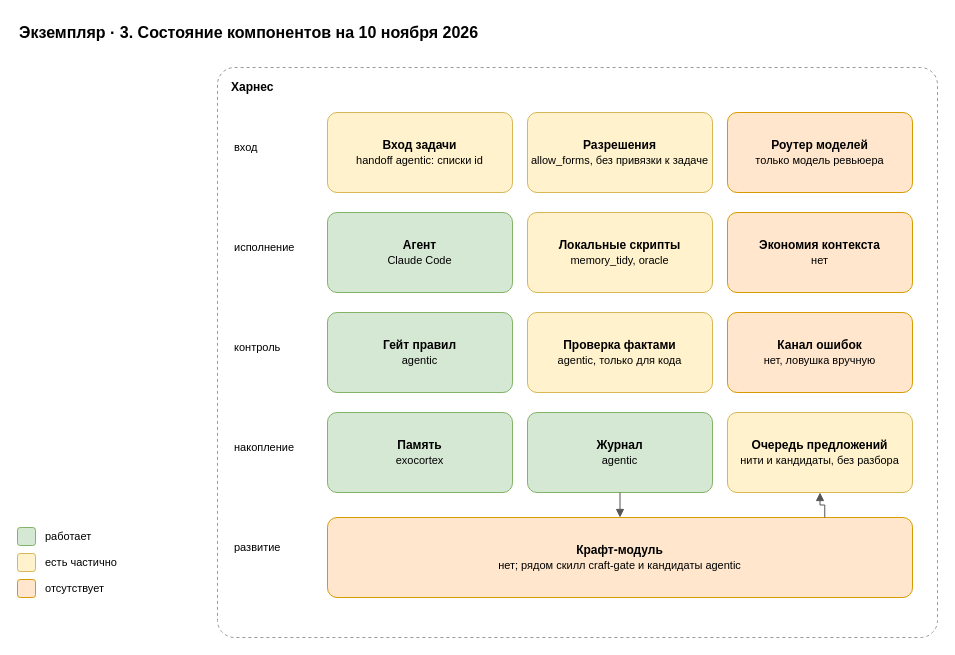
The draw.io diagram page "3. Состояние компонентов" (3 of 7) of docs/spec/harness-instance-capital-operator.drawio in roygkov/reins, before the edit. Source tidied: cells renumbered, new cells numbered last; positions are measured from the earlier drawing's top-left corner, leaving out a move shared by most shapes. Both pictures are drawn from the tidied source at 100%, with x=0, y=0 at pixel (17, 17).
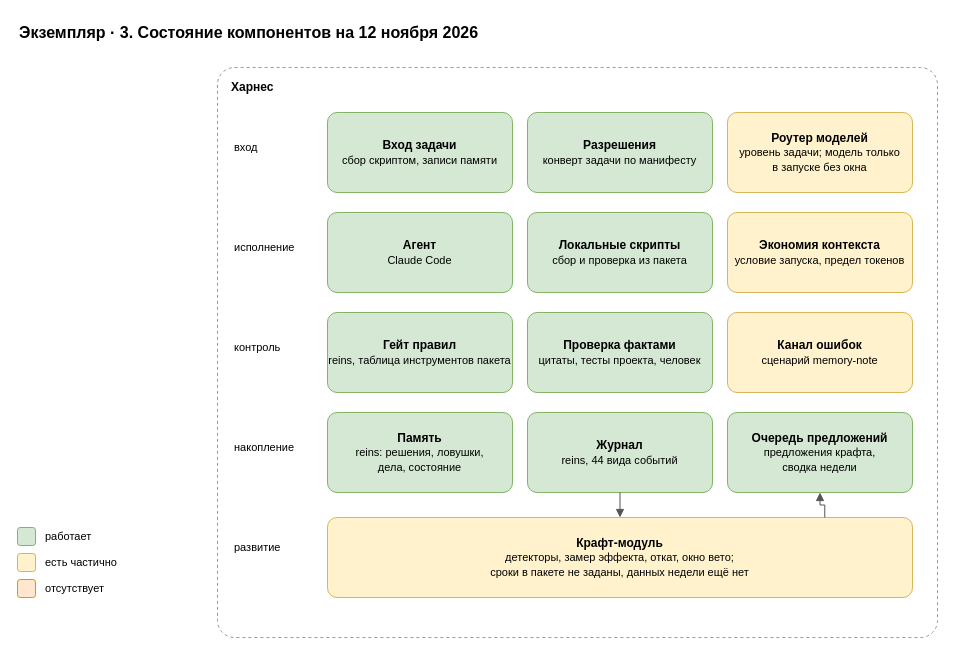
After the change.

Diff of the diagram source:
```diff
@@
-    <mxCell id="2" value="Экземпляр · 3. Состояние компонентов на 10 ноября 2026" style="text;html=1;align=left;verticalAlign=middle;whiteSpace=wrap;fontSize=16;strokeColor=none;fillColor=none;fontStyle=1;" parent="1" vertex="1">
+    <mxCell id="2" value="Экземпляр · 3. Состояние компонентов на 12 ноября 2026" style="text;html=1;align=left;verticalAlign=middle;whiteSpace=wrap;fontSize=16;strokeColor=none;fillColor=none;fontStyle=1;" parent="1" vertex="1">
       <mxGeometry width="800" height="30" as="geometry" />
     </mxCell>
@@
-    <mxCell id="5" value="&lt;b&gt;Вход задачи&lt;/b&gt;&lt;br&gt;&lt;font style=&quot;font-size:11px&quot;&gt;handoff agentic: списки id&lt;/font&gt;" style="rounded=1;whiteSpace=wrap;html=1;fillColor=#fff2cc;strokeColor=#d6b656;arcSize=12;" parent="1" vertex="1">
+    <mxCell id="5" value="&lt;b&gt;Вход задачи&lt;/b&gt;&lt;br&gt;&lt;font style=&quot;font-size:11px&quot;&gt;сбор скриптом, записи памяти&lt;/font&gt;" style="rounded=1;whiteSpace=wrap;html=1;fillColor=#d5e8d4;strokeColor=#82b366;arcSize=12;" parent="1" vertex="1">
       <mxGeometry x="310" y="95" width="185" height="80" as="geometry" />
     </mxCell>
-    <mxCell id="6" value="&lt;b&gt;Разрешения&lt;/b&gt;&lt;br&gt;&lt;font style=&quot;font-size:11px&quot;&gt;allow_forms, без привязки к задаче&lt;/font&gt;" style="rounded=1;whiteSpace=wrap;html=1;fillColor=#fff2cc;strokeColor=#d6b656;arcSize=12;" parent="1" vertex="1">
+    <mxCell id="6" value="&lt;b&gt;Разрешения&lt;/b&gt;&lt;br&gt;&lt;font style=&quot;font-size:11px&quot;&gt;конверт задачи по манифесту&lt;/font&gt;" style="rounded=1;whiteSpace=wrap;html=1;fillColor=#d5e8d4;strokeColor=#82b366;arcSize=12;" parent="1" vertex="1">
       <mxGeometry x="510" y="95" width="185" height="80" as="geometry" />
     </mxCell>
-    <mxCell id="7" value="&lt;b&gt;Роутер моделей&lt;/b&gt;&lt;br&gt;&lt;font style=&quot;font-size:11px&quot;&gt;только модель ревьюера&lt;/font&gt;" style="rounded=1;whiteSpace=wrap;html=1;fillColor=#ffe6cc;strokeColor=#d79b00;arcSize=12;" parent="1" vertex="1">
+    <mxCell id="7" value="&lt;b&gt;Роутер моделей&lt;/b&gt;&lt;br&gt;&lt;font style=&quot;font-size:11px&quot;&gt;уровень задачи; модель только&lt;br&gt;в запуске без окна&lt;/font&gt;" style="rounded=1;whiteSpace=wrap;html=1;fillColor=#fff2cc;strokeColor=#d6b656;arcSize=12;" parent="1" vertex="1">
       <mxGeometry x="710" y="95" width="185" height="80" as="geometry" />
     </mxCell>
@@
-    <mxCell id="10" value="&lt;b&gt;Локальные скрипты&lt;/b&gt;&lt;br&gt;&lt;font style=&quot;font-size:11px&quot;&gt;memory_tidy, oracle&lt;/font&gt;" style="rounded=1;whiteSpace=wrap;html=1;fillColor=#fff2cc;strokeColor=#d6b656;arcSize=12;" parent="1" vertex="1">
+    <mxCell id="10" value="&lt;b&gt;Локальные скрипты&lt;/b&gt;&lt;br&gt;&lt;font style=&quot;font-size:11px&quot;&gt;сбор и проверка из пакета&lt;/font&gt;" style="rounded=1;whiteSpace=wrap;html=1;fillColor=#d5e8d4;strokeColor=#82b366;arcSize=12;" parent="1" vertex="1">
       <mxGeometry x="510" y="195" width="185" height="80" as="geometry" />
     </mxCell>
-    <mxCell id="11" value="&lt;b&gt;Экономия контекста&lt;/b&gt;&lt;br&gt;&lt;font style=&quot;font-size:11px&quot;&gt;нет&lt;/font&gt;" style="rounded=1;whiteSpace=wrap;html=1;fillColor=#ffe6cc;strokeColor=#d79b00;arcSize=12;" parent="1" vertex="1">
+    <mxCell id="11" value="&lt;b&gt;Экономия контекста&lt;/b&gt;&lt;br&gt;&lt;font style=&quot;font-size:11px&quot;&gt;условие запуска, предел токенов&lt;/font&gt;" style="rounded=1;whiteSpace=wrap;html=1;fillColor=#fff2cc;strokeColor=#d6b656;arcSize=12;" parent="1" vertex="1">
       <mxGeometry x="710" y="195" width="185" height="80" as="geometry" />
     </mxCell>
@@
-    <mxCell id="13" value="&lt;b&gt;Гейт правил&lt;/b&gt;&lt;br&gt;&lt;font style=&quot;font-size:11px&quot;&gt;agentic&lt;/font&gt;" style="rounded=1;whiteSpace=wrap;html=1;fillColor=#d5e8d4;strokeColor=#82b366;arcSize=12;" parent="1" vertex="1">
+    <mxCell id="13" value="&lt;b&gt;Гейт правил&lt;/b&gt;&lt;br&gt;&lt;font style=&quot;font-size:11px&quot;&gt;reins, таблица инструментов пакета&lt;/font&gt;" style="rounded=1;whiteSpace=wrap;html=1;fillColor=#d5e8d4;strokeColor=#82b366;arcSize=12;" parent="1" vertex="1">
       <mxGeometry x="310" y="295" width="185" height="80" as="geometry" />
     </mxCell>
-    <mxCell id="14" value="&lt;b&gt;Проверка фактами&lt;/b&gt;&lt;br&gt;&lt;font style=&quot;font-size:11px&quot;&gt;agentic, только для кода&lt;/font&gt;" style="rounded=1;whiteSpace=wrap;html=1;fillColor=#fff2cc;strokeColor=#d6b656;arcSize=12;" parent="1" vertex="1">
+    <mxCell id="14" value="&lt;b&gt;Проверка фактами&lt;/b&gt;&lt;br&gt;&lt;font style=&quot;font-size:11px&quot;&gt;цитаты, тесты проекта, человек&lt;/font&gt;" style="rounded=1;whiteSpace=wrap;html=1;fillColor=#d5e8d4;strokeColor=#82b366;arcSize=12;" parent="1" vertex="1">
       <mxGeometry x="510" y="295" width="185" height="80" as="geometry" />
     </mxCell>
-    <mxCell id="15" value="&lt;b&gt;Канал ошибок&lt;/b&gt;&lt;br&gt;&lt;font style=&quot;font-size:11px&quot;&gt;нет, ловушка вручную&lt;/font&gt;" style="rounded=1;whiteSpace=wrap;html=1;fillColor=#ffe6cc;strokeColor=#d79b00;arcSize=12;" parent="1" vertex="1">
+    <mxCell id="15" value="&lt;b&gt;Канал ошибок&lt;/b&gt;&lt;br&gt;&lt;font style=&quot;font-size:11px&quot;&gt;сценарий memory-note&lt;/font&gt;" style="rounded=1;whiteSpace=wrap;html=1;fillColor=#fff2cc;strokeColor=#d6b656;arcSize=12;" parent="1" vertex="1">
       <mxGeometry x="710" y="295" width="185" height="80" as="geometry" />
     </mxCell>
@@
-    <mxCell id="17" value="&lt;b&gt;Память&lt;/b&gt;&lt;br&gt;&lt;font style=&quot;font-size:11px&quot;&gt;exocortex&lt;/font&gt;" style="rounded=1;whiteSpace=wrap;html=1;fillColor=#d5e8d4;strokeColor=#82b366;arcSize=12;" parent="1" vertex="1">
+    <mxCell id="17" value="&lt;b&gt;Память&lt;/b&gt;&lt;br&gt;&lt;font style=&quot;font-size:11px&quot;&gt;reins: решения, ловушки,&lt;br&gt;дела, состояние&lt;/font&gt;" style="rounded=1;whiteSpace=wrap;html=1;fillColor=#d5e8d4;strokeColor=#82b366;arcSize=12;" parent="1" vertex="1">
       <mxGeometry x="310" y="395" width="185" height="80" as="geometry" />
     </mxCell>
-    <mxCell id="18" value="&lt;b&gt;Журнал&lt;/b&gt;&lt;br&gt;&lt;font style=&quot;font-size:11px&quot;&gt;agentic&lt;/font&gt;" style="rounded=1;whiteSpace=wrap;html=1;fillColor=#d5e8d4;strokeColor=#82b366;arcSize=12;" parent="1" vertex="1">
+    <mxCell id="18" value="&lt;b&gt;Журнал&lt;/b&gt;&lt;br&gt;&lt;font style=&quot;font-size:11px&quot;&gt;reins, 44 вида событий&lt;/font&gt;" style="rounded=1;whiteSpace=wrap;html=1;fillColor=#d5e8d4;strokeColor=#82b366;arcSize=12;" parent="1" vertex="1">
       <mxGeometry x="510" y="395" width="185" height="80" as="geometry" />
     </mxCell>
-    <mxCell id="19" value="&lt;b&gt;Очередь предложений&lt;/b&gt;&lt;br&gt;&lt;font style=&quot;font-size:11px&quot;&gt;нити и кандидаты, без разбора&lt;/font&gt;" style="rounded=1;whiteSpace=wrap;html=1;fillColor=#fff2cc;strokeColor=#d6b656;arcSize=12;" parent="1" vertex="1">
+    <mxCell id="19" value="&lt;b&gt;Очередь предложений&lt;/b&gt;&lt;br&gt;&lt;font style=&quot;font-size:11px&quot;&gt;предложения крафта,&lt;br&gt;сводка недели&lt;/font&gt;" style="rounded=1;whiteSpace=wrap;html=1;fillColor=#d5e8d4;strokeColor=#82b366;arcSize=12;" parent="1" vertex="1">
       <mxGeometry x="710" y="395" width="185" height="80" as="geometry" />
     </mxCell>
@@
-    <mxCell id="21" value="&lt;b&gt;Крафт-модуль&lt;/b&gt;&lt;br&gt;&lt;font style=&quot;font-size:11px&quot;&gt;нет; рядом скилл craft-gate и кандидаты agentic&lt;/font&gt;" style="rounded=1;whiteSpace=wrap;html=1;fillColor=#ffe6cc;strokeColor=#d79b00;arcSize=12;" parent="1" vertex="1">
+    <mxCell id="21" value="&lt;b&gt;Крафт-модуль&lt;/b&gt;&lt;br&gt;&lt;font style=&quot;font-size:11px&quot;&gt;детекторы, замер эффекта, откат, окно вето;&lt;br&gt;сроки в пакете не заданы, данных недели ещё нет&lt;/font&gt;" style="rounded=1;whiteSpace=wrap;html=1;fillColor=#fff2cc;strokeColor=#d6b656;arcSize=12;" parent="1" vertex="1">
       <mxGeometry x="310" y="500" width="585" height="80" as="geometry" />
     </mxCell>
```
